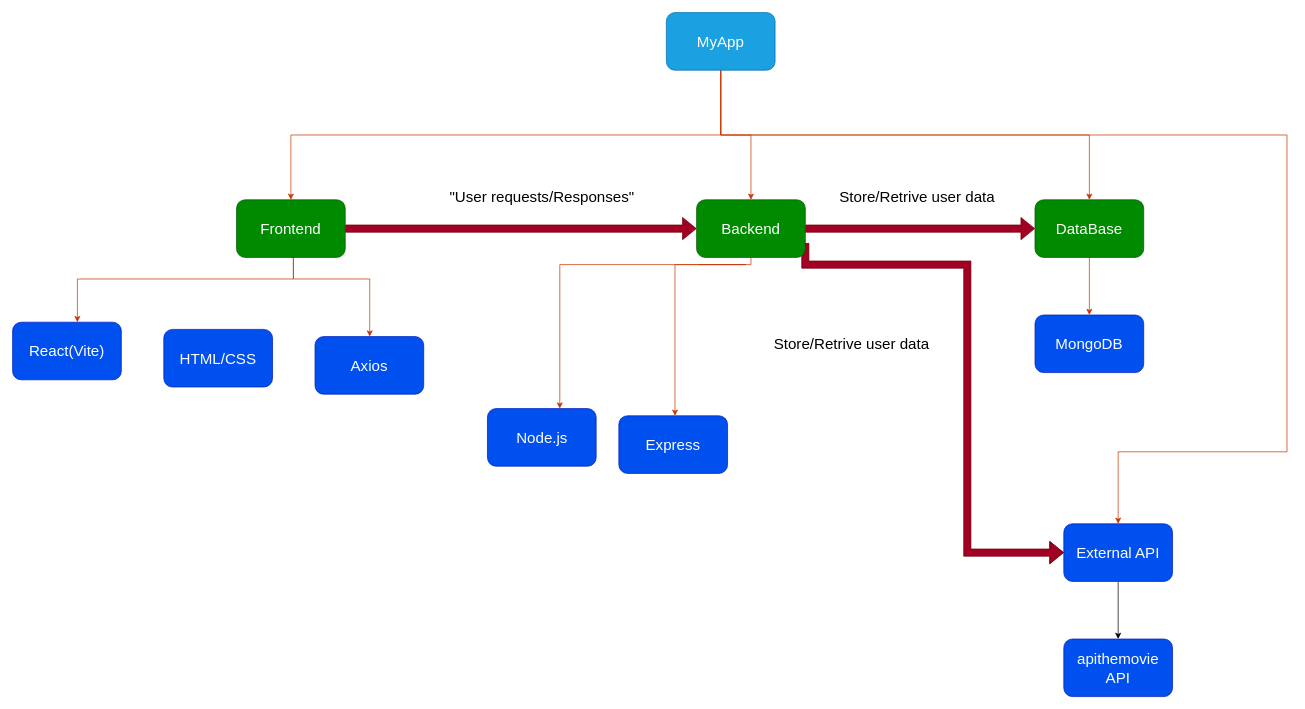
Earlier version of the draw.io diagram MyApp.drawio (Unknownkratos/ScreenSurf). Source tidied: cells renumbered, new cells numbered last; positions are measured from the earlier drawing's top-left corner, leaving out a move shared by most shapes. Both pictures are drawn from the tidied source at 72%, with x=0, y=0 at pixel (12, 12).
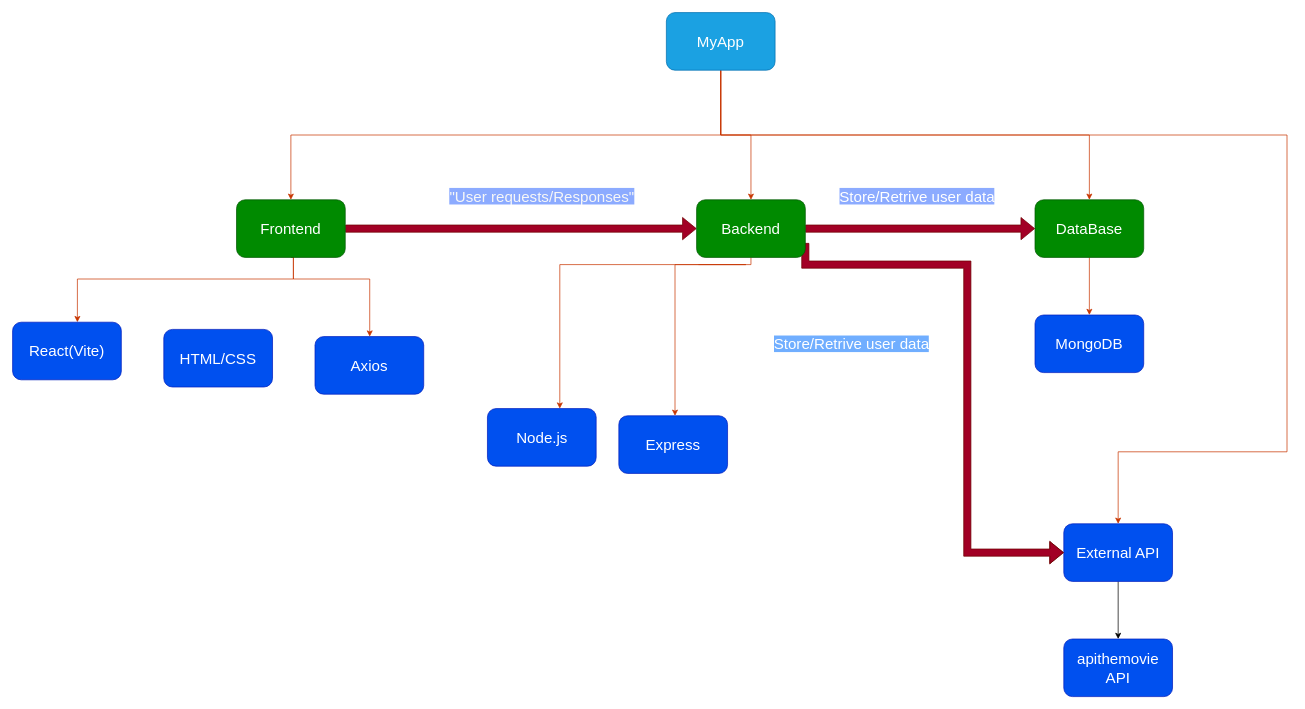
The same page after the edit.

Change to the diagram source:
```diff
@@
-    <mxCell id="27" value="&quot;User requests/Responses&quot;" style="text;html=1;align=center;verticalAlign=middle;strokeColor=none;fillColor=none;fontSize=21;" parent="1" vertex="1">
+    <mxCell id="27" value="&lt;span style=&quot;background-color: rgb(140, 171, 255);&quot;&gt;&lt;font color=&quot;#f7f7f7&quot;&gt;&quot;User requests/Responses&quot;&lt;/font&gt;&lt;/span&gt;" style="text;html=1;align=center;verticalAlign=middle;fontSize=21;" parent="1" vertex="1">
       <mxGeometry x="595" y="235" width="280" height="40" as="geometry" />
     </mxCell>
-    <mxCell id="28" value="Store/Retrive user data" style="text;html=1;align=center;verticalAlign=middle;strokeColor=none;fillColor=none;fontSize=21;" parent="1" vertex="1">
+    <mxCell id="28" value="&lt;span style=&quot;background-color: rgb(140, 171, 255);&quot;&gt;&lt;font color=&quot;#ffffff&quot;&gt;Store/Retrive user data&lt;/font&gt;&lt;/span&gt;" style="text;html=1;align=center;verticalAlign=middle;fontSize=21;" parent="1" vertex="1">
       <mxGeometry x="1136" y="235" width="240" height="40" as="geometry" />
     </mxCell>
-    <mxCell id="29" value="Store/Retrive user data" style="text;html=1;align=center;verticalAlign=middle;strokeColor=none;fillColor=none;fontSize=21;" parent="1" vertex="1">
+    <mxCell id="29" value="&lt;span style=&quot;background-color: rgb(112, 174, 255);&quot;&gt;&lt;font color=&quot;#ffffff&quot;&gt;Store/Retrive user data&lt;/font&gt;&lt;/span&gt;" style="text;html=1;align=center;verticalAlign=middle;fontSize=21;" parent="1" vertex="1">
       <mxGeometry x="1045" y="440" width="240" height="40" as="geometry" />
     </mxCell>
```
